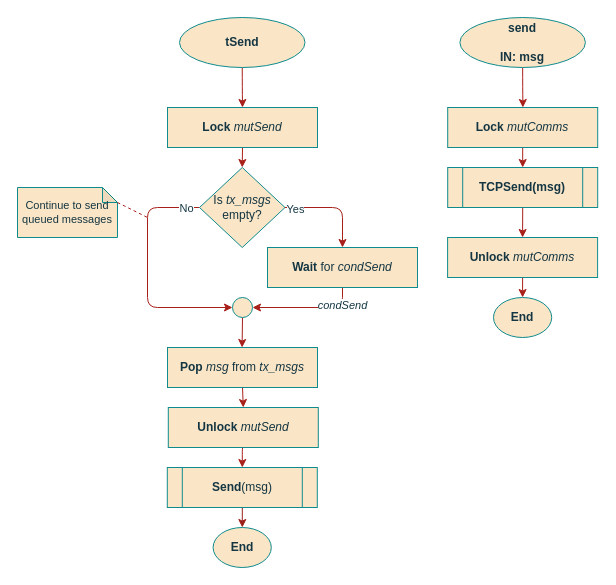
The draw.io diagram page "send" (5 of 7) of project/report/flowcharts/RStasks/RS.drawio in ESRGgroup9/slipad, before the edit. Source tidied: cells renumbered, new cells numbered last; positions are measured from the earlier drawing's top-left corner, leaving out a move shared by most shapes. Both pictures are drawn from the tidied source at 100%, with x=0, y=0 at pixel (17, 17).
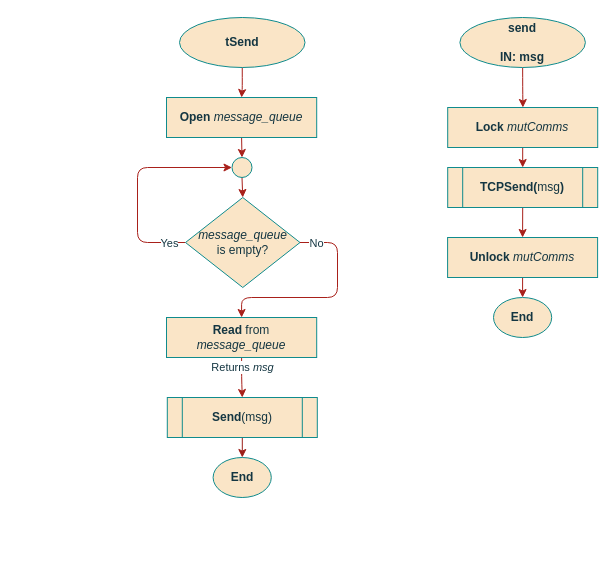
Above is the later version.

Unchanged cells that the change refers to:
```xml
<mxCell id="3" value="tSend" style="ellipse;whiteSpace=wrap;html=1;fillColor=#FAE5C7;strokeColor=#0F8B8D;fontColor=#143642;fontStyle=1;" parent="1" vertex="1">
  <mxGeometry x="162" width="125.5" height="50" as="geometry" />
</mxCell>
```

What changed in the source:
```diff
@@
-    <mxCell id="2" style="edgeStyle=orthogonalEdgeStyle;curved=0;rounded=1;sketch=0;jettySize=auto;html=1;exitX=0.5;exitY=1;exitDx=0;exitDy=0;entryX=0.5;entryY=0;entryDx=0;entryDy=0;fontColor=#143642;strokeColor=#A8201A;fillColor=#FAE5C7;" parent="1" edge="1" source="3" target="5">
-      <mxGeometry relative="1" as="geometry" />
-    </mxCell>
+    <mxCell id="33" style="edgeStyle=orthogonalEdgeStyle;curved=0;rounded=1;sketch=0;jettySize=auto;html=1;labelBackgroundColor=default;fontColor=#143642;strokeColor=#A8201A;fillColor=#FAE5C7;" parent="1" edge="1" source="3" target="42">
+      <mxGeometry relative="1" as="geometry" />
+    </mxCell>
@@
-    <mxCell id="4" style="edgeStyle=orthogonalEdgeStyle;curved=0;rounded=1;sketch=0;jettySize=auto;html=1;exitX=0.5;exitY=1;exitDx=0;exitDy=0;entryX=0.5;entryY=0;entryDx=0;entryDy=0;fontColor=#143642;strokeColor=#A8201A;fillColor=#FAE5C7;" parent="1" edge="1" source="5" target="12">
-      <mxGeometry relative="1" as="geometry" />
-    </mxCell>
-    <mxCell id="5" value="&lt;b&gt;Lock&lt;/b&gt; &lt;i&gt;mutSend&lt;/i&gt;" style="rounded=0;whiteSpace=wrap;html=1;sketch=0;fontColor=#143642;strokeColor=#0F8B8D;fillColor=#FAE5C7;" parent="1" vertex="1">
-      <mxGeometry x="150" y="90" width="150" height="40" as="geometry" />
-    </mxCell>
-    <mxCell id="6" value="condSend" style="edgeStyle=orthogonalEdgeStyle;curved=0;rounded=1;sketch=0;jettySize=auto;html=1;fontColor=#143642;strokeColor=#A8201A;fillColor=#FAE5C7;entryX=1;entryY=0.5;entryDx=0;entryDy=0;fontStyle=2;" parent="1" edge="1" source="7" target="14">
-      <mxGeometry x="-0.67" relative="1" as="geometry">
-        <Array as="points">
-          <mxPoint x="325" y="290" />
-        </Array>
-      </mxGeometry>
-    </mxCell>
-    <mxCell id="7" value="&lt;b&gt;Wait&lt;/b&gt; for &lt;i&gt;condSend&lt;/i&gt;" style="rounded=0;whiteSpace=wrap;html=1;sketch=0;fontColor=#143642;strokeColor=#0F8B8D;fillColor=#FAE5C7;" parent="1" vertex="1">
-      <mxGeometry x="250" y="230" width="150" height="40" as="geometry" />
-    </mxCell>
-    <mxCell id="8" style="edgeStyle=orthogonalEdgeStyle;curved=0;rounded=1;sketch=0;jettySize=auto;html=1;exitX=0;exitY=0.5;exitDx=0;exitDy=0;fontColor=#143642;strokeColor=#A8201A;fillColor=#FAE5C7;entryX=0;entryY=0.5;entryDx=0;entryDy=0;" parent="1" edge="1" source="12" target="14">
-      <mxGeometry relative="1" as="geometry">
-        <Array as="points">
-          <mxPoint x="130" y="190" />
-          <mxPoint x="130" y="290" />
-        </Array>
-      </mxGeometry>
-    </mxCell>
-    <mxCell id="9" value="No" style="edgeLabel;html=1;align=center;verticalAlign=middle;fontColor=#143642;" parent="8" vertex="1">
-      <mxGeometry x="-0.88" relative="1" as="geometry" />
-    </mxCell>
-    <mxCell id="10" style="edgeStyle=orthogonalEdgeStyle;curved=0;rounded=1;sketch=0;jettySize=auto;html=1;exitX=1;exitY=0.5;exitDx=0;exitDy=0;entryX=0.5;entryY=0;entryDx=0;entryDy=0;fontColor=#143642;strokeColor=#A8201A;fillColor=#FAE5C7;" parent="1" edge="1" source="12" target="7">
-      <mxGeometry relative="1" as="geometry" />
-    </mxCell>
-    <mxCell id="11" value="Yes" style="edgeLabel;html=1;align=center;verticalAlign=middle;fontColor=#143642;" parent="10" vertex="1">
-      <mxGeometry x="-0.8" y="-1" relative="1" as="geometry" />
-    </mxCell>
-    <mxCell id="12" value="Is &lt;i&gt;tx_msgs&lt;/i&gt; empty?" style="rhombus;whiteSpace=wrap;html=1;rounded=0;sketch=0;fontColor=#143642;strokeColor=#0F8B8D;fillColor=#FAE5C7;" parent="1" vertex="1">
-      <mxGeometry x="182" y="150" width="85.5" height="80" as="geometry" />
-    </mxCell>
-    <mxCell id="13" style="edgeStyle=orthogonalEdgeStyle;curved=0;rounded=1;sketch=0;jettySize=auto;html=1;exitX=0.5;exitY=1;exitDx=0;exitDy=0;entryX=0.5;entryY=0;entryDx=0;entryDy=0;fontColor=#143642;strokeColor=#A8201A;fillColor=#FAE5C7;" parent="1" edge="1" source="14">
-      <mxGeometry relative="1" as="geometry">
-        <mxPoint x="224.6" y="330" as="targetPoint" />
-      </mxGeometry>
-    </mxCell>
-    <mxCell id="14" style="ellipse;whiteSpace=wrap;html=1;rounded=0;sketch=0;fontColor=#143642;strokeColor=#0F8B8D;fillColor=#FAE5C7;" parent="1" vertex="1">
-      <mxGeometry x="215" y="280" width="20" height="20" as="geometry" />
-    </mxCell>
-    <mxCell id="15" value="Continue to send queued messages" style="shape=note;whiteSpace=wrap;html=1;backgroundOutline=1;darkOpacity=0.05;rounded=0;sketch=0;fontColor=#143642;strokeColor=#0F8B8D;fillColor=#FAE5C7;size=15;fontSize=11;" parent="1" vertex="1">
-      <mxGeometry y="170" width="100" height="50" as="geometry" />
-    </mxCell>
-    <mxCell id="16" style="endArrow=none;dashed=1;html=1;rounded=1;sketch=0;fontColor=#143642;strokeColor=#A8201A;fillColor=#FAE5C7;curved=0;exitX=0;exitY=0;exitDx=100;exitDy=15;exitPerimeter=0;" parent="1" edge="1" source="15">
-      <mxGeometry relative="1" as="geometry">
-        <mxPoint x="130" y="200" as="targetPoint" />
-      </mxGeometry>
-    </mxCell>
-    <mxCell id="17" style="edgeStyle=orthogonalEdgeStyle;rounded=1;jettySize=auto;html=1;exitX=0.5;exitY=1;exitDx=0;exitDy=0;entryX=0.5;entryY=0;entryDx=0;entryDy=0;strokeColor=#A8201A;" parent="1" edge="1" source="18" target="20">
-      <mxGeometry relative="1" as="geometry" />
-    </mxCell>
-    <mxCell id="18" value="&lt;b&gt;Pop &lt;/b&gt;&lt;i&gt;msg &lt;/i&gt;from &lt;i&gt;tx_msgs&lt;/i&gt;" style="rounded=0;whiteSpace=wrap;html=1;sketch=0;fontColor=#143642;strokeColor=#0F8B8D;fillColor=#FAE5C7;" parent="1" vertex="1">
-      <mxGeometry x="150" y="330" width="150" height="40" as="geometry" />
-    </mxCell>
-    <mxCell id="19" style="edgeStyle=orthogonalEdgeStyle;rounded=1;jettySize=auto;html=1;exitX=0.5;exitY=1;exitDx=0;exitDy=0;entryX=0.5;entryY=0;entryDx=0;entryDy=0;strokeColor=#A8201A;" parent="1" edge="1" source="20" target="32">
-      <mxGeometry relative="1" as="geometry" />
-    </mxCell>
-    <mxCell id="20" value="&lt;b&gt;Unlock&lt;/b&gt; &lt;i&gt;mutSend&lt;/i&gt;" style="rounded=0;whiteSpace=wrap;html=1;sketch=0;fontColor=#143642;strokeColor=#0F8B8D;fillColor=#FAE5C7;" parent="1" vertex="1">
-      <mxGeometry x="150.8" y="390" width="150" height="40" as="geometry" />
-    </mxCell>
-    <mxCell id="21" value="End" style="ellipse;whiteSpace=wrap;html=1;fillColor=#FAE5C7;strokeColor=#0F8B8D;fontColor=#143642;fontStyle=1;" parent="1" vertex="1">
-      <mxGeometry x="195.6" y="510" width="58.2" height="40" as="geometry" />
-    </mxCell>
@@
-    <mxCell id="29" value="&lt;b&gt;TCPSend(msg)&lt;/b&gt;" style="shape=process;whiteSpace=wrap;html=1;backgroundOutline=1;rounded=0;sketch=0;fontColor=#143642;strokeColor=#0F8B8D;fillColor=#FAE5C7;" parent="1" vertex="1">
+    <mxCell id="29" value="&lt;b&gt;TCPSend(&lt;/b&gt;msg&lt;b&gt;)&lt;/b&gt;" style="shape=process;whiteSpace=wrap;html=1;backgroundOutline=1;rounded=0;sketch=0;fontColor=#143642;strokeColor=#0F8B8D;fillColor=#FAE5C7;" parent="1" vertex="1">
       <mxGeometry x="430.2" y="150" width="150" height="40" as="geometry" />
     </mxCell>
@@
+    <mxCell id="34" value="Returns &lt;i&gt;msg&lt;/i&gt;" style="edgeStyle=orthogonalEdgeStyle;curved=0;rounded=1;sketch=0;jettySize=auto;html=1;labelBackgroundColor=default;fontColor=#143642;strokeColor=#A8201A;fillColor=#FAE5C7;" parent="1" edge="1" source="35" target="32">
+      <mxGeometry x="-0.51" y="1" relative="1" as="geometry" />
+    </mxCell>
+    <mxCell id="35" value="&lt;b&gt;Read&lt;/b&gt; from &lt;i&gt;message_queue&lt;/i&gt;" style="rounded=0;whiteSpace=wrap;html=1;sketch=0;fontColor=#143642;strokeColor=#0F8B8D;fillColor=#FAE5C7;" parent="1" vertex="1">
+      <mxGeometry x="149" y="300" width="150.2" height="40" as="geometry" />
+    </mxCell>
+    <mxCell id="36" style="edgeStyle=orthogonalEdgeStyle;curved=0;rounded=1;sketch=0;jettySize=auto;html=1;exitX=1;exitY=0.5;exitDx=0;exitDy=0;fontSize=11;fontColor=#143642;strokeColor=#A8201A;fillColor=#FAE5C7;entryX=0.5;entryY=0;entryDx=0;entryDy=0;" parent="1" edge="1" source="38" target="35">
+      <mxGeometry relative="1" as="geometry">
+        <Array as="points">
+          <mxPoint x="320" y="225" />
+          <mxPoint x="320" y="280" />
+          <mxPoint x="224" y="280" />
+        </Array>
+      </mxGeometry>
+    </mxCell>
+    <mxCell id="9" value="No" style="edgeLabel;html=1;align=center;verticalAlign=middle;fontSize=11;fontColor=#143642;" parent="36" vertex="1">
+      <mxGeometry x="-0.91" y="-1" relative="1" as="geometry">
+        <mxPoint x="7" y="-1" as="offset" />
+      </mxGeometry>
+    </mxCell>
+    <mxCell id="37" style="edgeStyle=orthogonalEdgeStyle;curved=0;rounded=1;sketch=0;jettySize=auto;html=1;exitX=0;exitY=0.5;exitDx=0;exitDy=0;entryX=0;entryY=0.5;entryDx=0;entryDy=0;fontSize=11;fontColor=#143642;strokeColor=#A8201A;fillColor=#FAE5C7;" parent="1" edge="1" source="38" target="40">
+      <mxGeometry relative="1" as="geometry">
+        <Array as="points">
+          <mxPoint x="120" y="225" />
+          <mxPoint x="120" y="150" />
+        </Array>
+      </mxGeometry>
+    </mxCell>
+    <mxCell id="11" value="Yes" style="edgeLabel;html=1;align=center;verticalAlign=middle;fontSize=11;fontColor=#143642;" parent="37" vertex="1">
+      <mxGeometry x="-0.89" y="-1" relative="1" as="geometry">
+        <mxPoint x="-5" y="1" as="offset" />
+      </mxGeometry>
+    </mxCell>
+    <mxCell id="38" value="&lt;div&gt;&lt;i&gt;message_queue&lt;/i&gt;&lt;br&gt;&lt;/div&gt;&lt;div&gt;is empty?&lt;/div&gt;" style="rhombus;whiteSpace=wrap;html=1;rounded=0;sketch=0;fontColor=#143642;strokeColor=#0F8B8D;fillColor=#FAE5C7;" parent="1" vertex="1">
+      <mxGeometry x="168" y="180" width="114.5" height="90" as="geometry" />
+    </mxCell>
+    <mxCell id="39" style="edgeStyle=orthogonalEdgeStyle;curved=0;rounded=1;sketch=0;jettySize=auto;html=1;exitX=0.5;exitY=1;exitDx=0;exitDy=0;entryX=0.5;entryY=0;entryDx=0;entryDy=0;fontSize=11;fontColor=#143642;strokeColor=#A8201A;fillColor=#FAE5C7;" parent="1" edge="1" source="40" target="38">
+      <mxGeometry relative="1" as="geometry" />
+    </mxCell>
+    <mxCell id="40" style="ellipse;whiteSpace=wrap;html=1;rounded=0;sketch=0;fontColor=#143642;strokeColor=#0F8B8D;fillColor=#FAE5C7;" parent="1" vertex="1">
+      <mxGeometry x="214.5" y="140" width="20" height="20" as="geometry" />
+    </mxCell>
+    <mxCell id="41" style="edgeStyle=orthogonalEdgeStyle;curved=0;rounded=1;sketch=0;jettySize=auto;html=1;exitX=0.5;exitY=1;exitDx=0;exitDy=0;entryX=0.5;entryY=0;entryDx=0;entryDy=0;fontSize=11;fontColor=#143642;strokeColor=#A8201A;fillColor=#FAE5C7;" parent="1" edge="1" source="42" target="40">
+      <mxGeometry relative="1" as="geometry" />
+    </mxCell>
+    <mxCell id="42" value="&lt;b&gt;Open &lt;/b&gt;&lt;i&gt;message_queue&lt;/i&gt;" style="rounded=0;whiteSpace=wrap;html=1;sketch=0;fontColor=#143642;strokeColor=#0F8B8D;fillColor=#FAE5C7;" parent="1" vertex="1">
+      <mxGeometry x="149" y="80" width="150.2" height="40" as="geometry" />
+    </mxCell>
+    <mxCell id="21" value="End" style="ellipse;whiteSpace=wrap;html=1;fillColor=#FAE5C7;strokeColor=#0F8B8D;fontColor=#143642;fontStyle=1;" parent="1" vertex="1">
+      <mxGeometry x="195.6" y="440" width="58.2" height="40" as="geometry" />
+    </mxCell>
@@
     <mxCell id="32" value="&lt;b&gt;Send&lt;/b&gt;(msg)" style="shape=process;whiteSpace=wrap;html=1;backgroundOutline=1;rounded=0;sketch=0;fontColor=#143642;strokeColor=#0F8B8D;fillColor=#FAE5C7;" parent="1" vertex="1">
-      <mxGeometry x="149.8" y="450" width="150" height="40" as="geometry" />
+      <mxGeometry x="149.8" y="380" width="150" height="40" as="geometry" />
     </mxCell>
```
